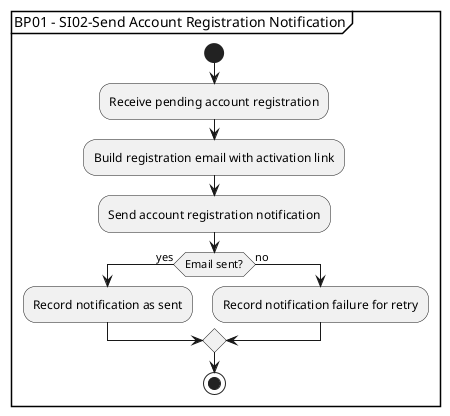
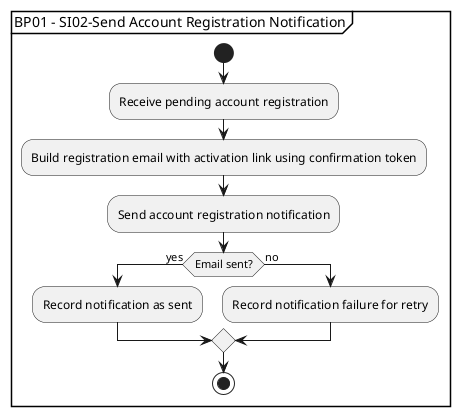
@startuml

partition "BP01 - SI02-Send Account Registration Notification" {
  start
  :Receive pending account registration;
-   :Build registration email with activation link;
+   :Build registration email with activation link using confirmation token;
  :Send account registration notification;
  if (Email sent?) then (yes)
    :Record notification as sent;
  else (no)
    :Record notification failure for retry;
  endif
  stop
}

@enduml
